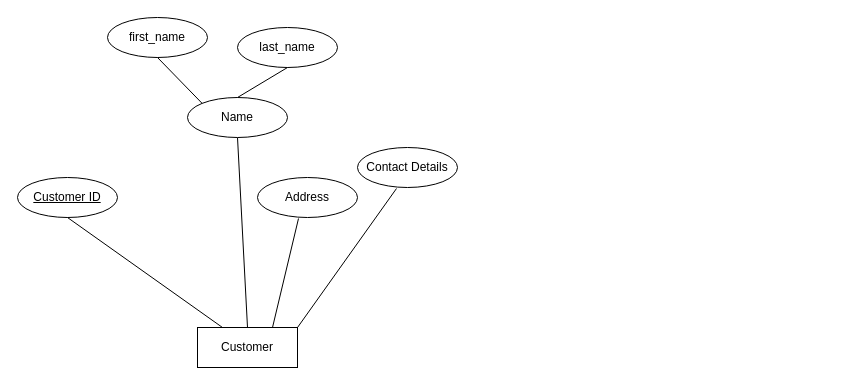
Frederick-Teye/ECG-Entity-Relationship-Diagram keeps this draw.io diagram as ECG Entity Relationship Diagram.drawio. Above is the earlier version. Source tidied: cells renumbered, new cells numbered last; positions are measured from the earlier drawing's top-left corner, leaving out a move shared by most shapes. Both pictures are drawn from the tidied source at 100%, with x=0, y=0 at pixel (17, 17).
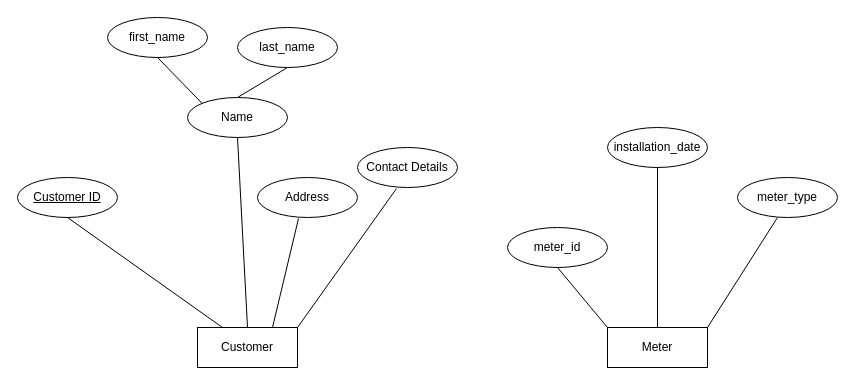
The same diagram, later.

Commit message:
Add meter entity and it attributes

Change to the diagram source:
```diff
@@
+    <mxCell id="15" value="Meter" style="whiteSpace=wrap;html=1;align=center;" parent="1" vertex="1">
+      <mxGeometry x="590" y="310" width="100" height="40" as="geometry" />
+    </mxCell>
+    <mxCell id="16" value="meter_id" style="ellipse;whiteSpace=wrap;html=1;align=center;" parent="1" vertex="1">
+      <mxGeometry x="490" y="210" width="100" height="40" as="geometry" />
+    </mxCell>
+    <mxCell id="17" style="endArrow=none;html=1;rounded=0;exitX=0.5;exitY=1;exitDx=0;exitDy=0;entryX=0;entryY=0;entryDx=0;entryDy=0;" parent="1" edge="1" source="16" target="15">
+      <mxGeometry relative="1" as="geometry" />
+    </mxCell>
+    <mxCell id="18" value="installation_date" style="ellipse;whiteSpace=wrap;html=1;align=center;" parent="1" vertex="1">
+      <mxGeometry x="590" y="110" width="100" height="40" as="geometry" />
+    </mxCell>
+    <mxCell id="19" style="endArrow=none;html=1;rounded=0;entryX=0.5;entryY=1;entryDx=0;entryDy=0;exitX=0.5;exitY=0;exitDx=0;exitDy=0;" parent="1" edge="1" source="15" target="18">
+      <mxGeometry relative="1" as="geometry" />
+    </mxCell>
+    <mxCell id="20" value="meter_type" style="ellipse;whiteSpace=wrap;html=1;align=center;" parent="1" vertex="1">
+      <mxGeometry x="720" y="160" width="100" height="40" as="geometry" />
+    </mxCell>
+    <mxCell id="21" style="endArrow=none;html=1;rounded=0;entryX=0.5;entryY=1;entryDx=0;entryDy=0;exitX=1;exitY=0;exitDx=0;exitDy=0;" parent="1" edge="1" source="15">
+      <mxGeometry relative="1" as="geometry">
+        <mxPoint x="760" y="200" as="targetPoint" />
+      </mxGeometry>
+    </mxCell>
```
